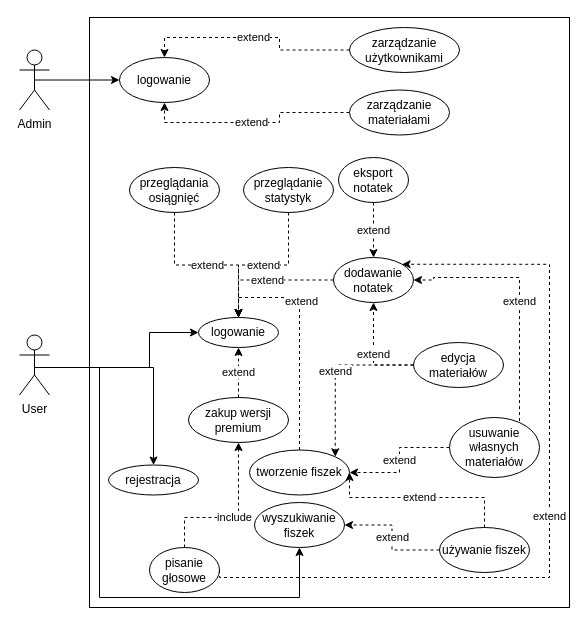
Earlier version of the draw.io diagram Diagrams/UseCaseDiagram.drawio (DanielMierzwa/Danie-bawi-i-uczy). Source tidied: cells renumbered, new cells numbered last; positions are measured from the earlier drawing's top-left corner, leaving out a move shared by most shapes. Both pictures are drawn from the tidied source at 100%, with x=0, y=0 at pixel (19, 17).
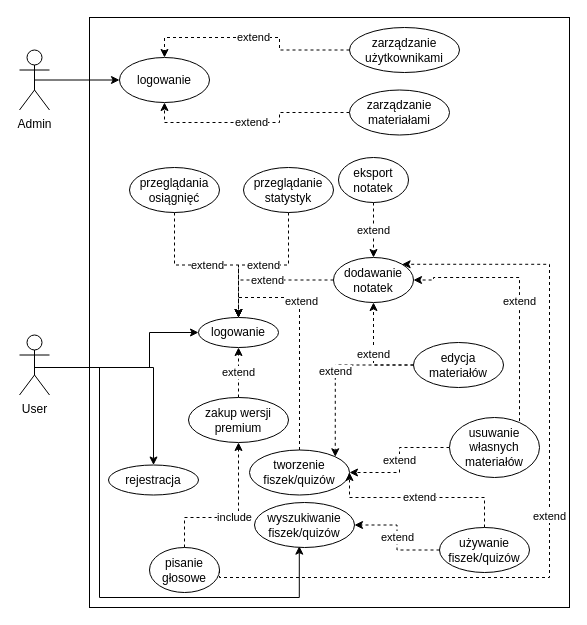
The same diagram, later.

The change refers to these unchanged cells:
```xml
<mxCell id="6" value="User" style="shape=umlActor;verticalLabelPosition=bottom;verticalAlign=top;html=1;outlineConnect=0;" parent="1" vertex="1">
  <mxGeometry y="317.5" width="30" height="60" as="geometry" />
</mxCell>
```

What changed in the source:
```diff
@@
-    <mxCell id="5" style="edgeStyle=orthogonalEdgeStyle;rounded=0;jettySize=auto;html=1;exitX=0.5;exitY=0.5;exitDx=0;exitDy=0;exitPerimeter=0;entryX=0.5;entryY=1;entryDx=0;entryDy=0;" parent="1" edge="1" source="6" target="17">
+    <mxCell id="5" style="edgeStyle=orthogonalEdgeStyle;rounded=0;jettySize=auto;html=1;exitX=0.5;exitY=0.5;exitDx=0;exitDy=0;exitPerimeter=0;entryX=0.448;entryY=0.97;entryDx=0;entryDy=0;entryPerimeter=0;" parent="1" edge="1" source="6" target="17">
       <mxGeometry relative="1" as="geometry">
         <Array as="points">
+          <mxPoint x="15" y="350" />
           <mxPoint x="80" y="350" />
           <mxPoint x="80" y="580" />
-          <mxPoint x="280" y="580" />
+          <mxPoint x="279.8" y="580" />
         </Array>
       </mxGeometry>
     </mxCell>
@@
-    <mxCell id="13" value="tworzenie fiszek" style="ellipse;whiteSpace=wrap;html=1;shapeInside=1;" parent="1" vertex="1">
+    <mxCell id="13" value="tworzenie fiszek/quizów" style="ellipse;whiteSpace=wrap;html=1;shapeInside=1;" parent="1" vertex="1">
       <mxGeometry x="230" y="432.5" width="100" height="45" as="geometry" />
     </mxCell>
@@
-    <mxCell id="16" value="używanie fiszek" style="ellipse;whiteSpace=wrap;html=1;shapeInside=1;" parent="1" vertex="1">
+    <mxCell id="16" value="używanie fiszek/quizów" style="ellipse;whiteSpace=wrap;html=1;shapeInside=1;" parent="1" vertex="1">
       <mxGeometry x="420" y="510" width="90" height="45" as="geometry" />
     </mxCell>
-    <mxCell id="17" value="wyszukiwanie fiszek" style="ellipse;whiteSpace=wrap;html=1;shapeInside=1;" parent="1" vertex="1">
-      <mxGeometry x="235" y="485" width="90" height="45" as="geometry" />
+    <mxCell id="17" value="wyszukiwanie fiszek/quizów" style="ellipse;whiteSpace=wrap;html=1;shapeInside=1;" parent="1" vertex="1">
+      <mxGeometry x="235" y="485" width="100" height="45" as="geometry" />
     </mxCell>
```
